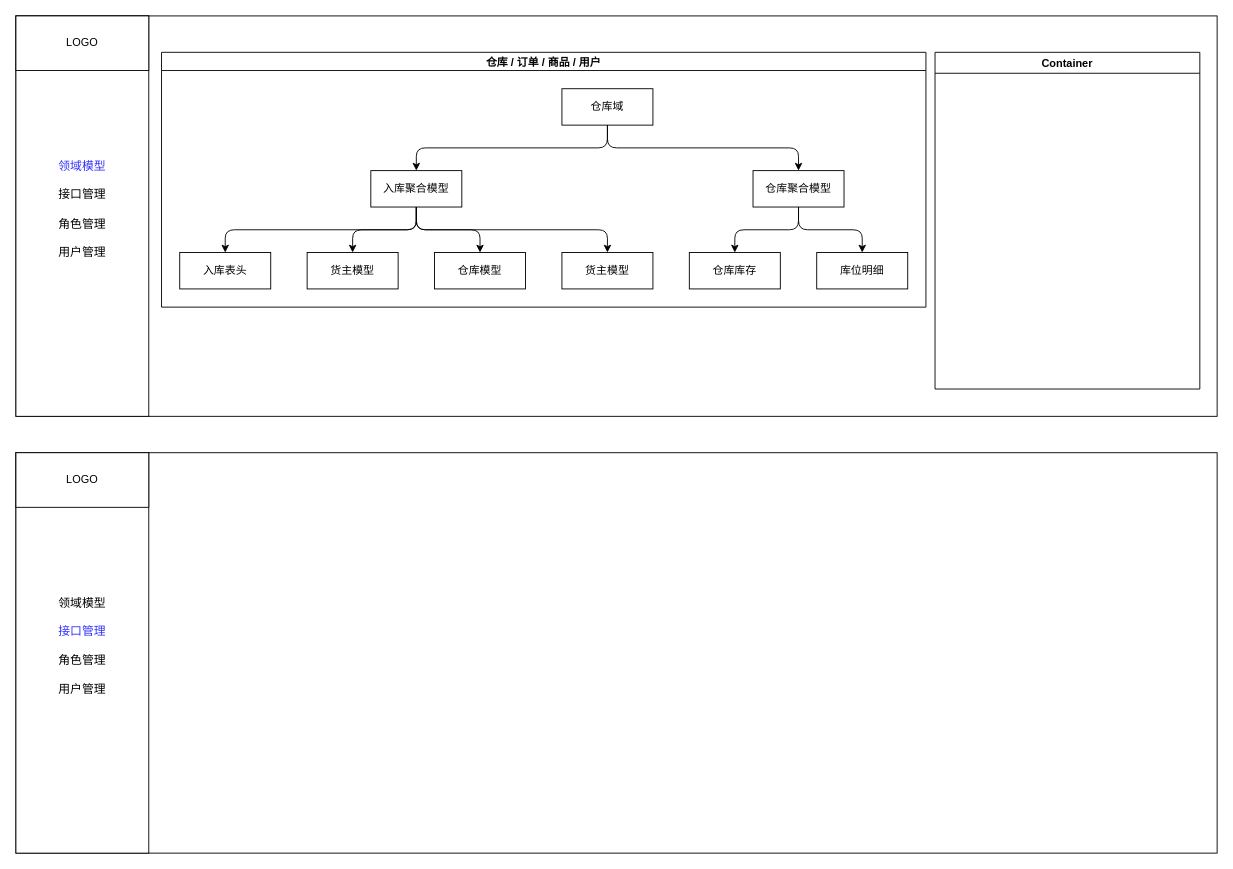
Earlier version of the draw.io diagram buildingBlocks/buildingBlocks.drawio (jianyuezhexue/diagrams). Source tidied: cells renumbered, new cells numbered last; positions are measured from the earlier drawing's top-left corner, leaving out a move shared by most shapes. Both pictures are drawn from the tidied source at 91%, with x=0, y=0 at pixel (15, 15).
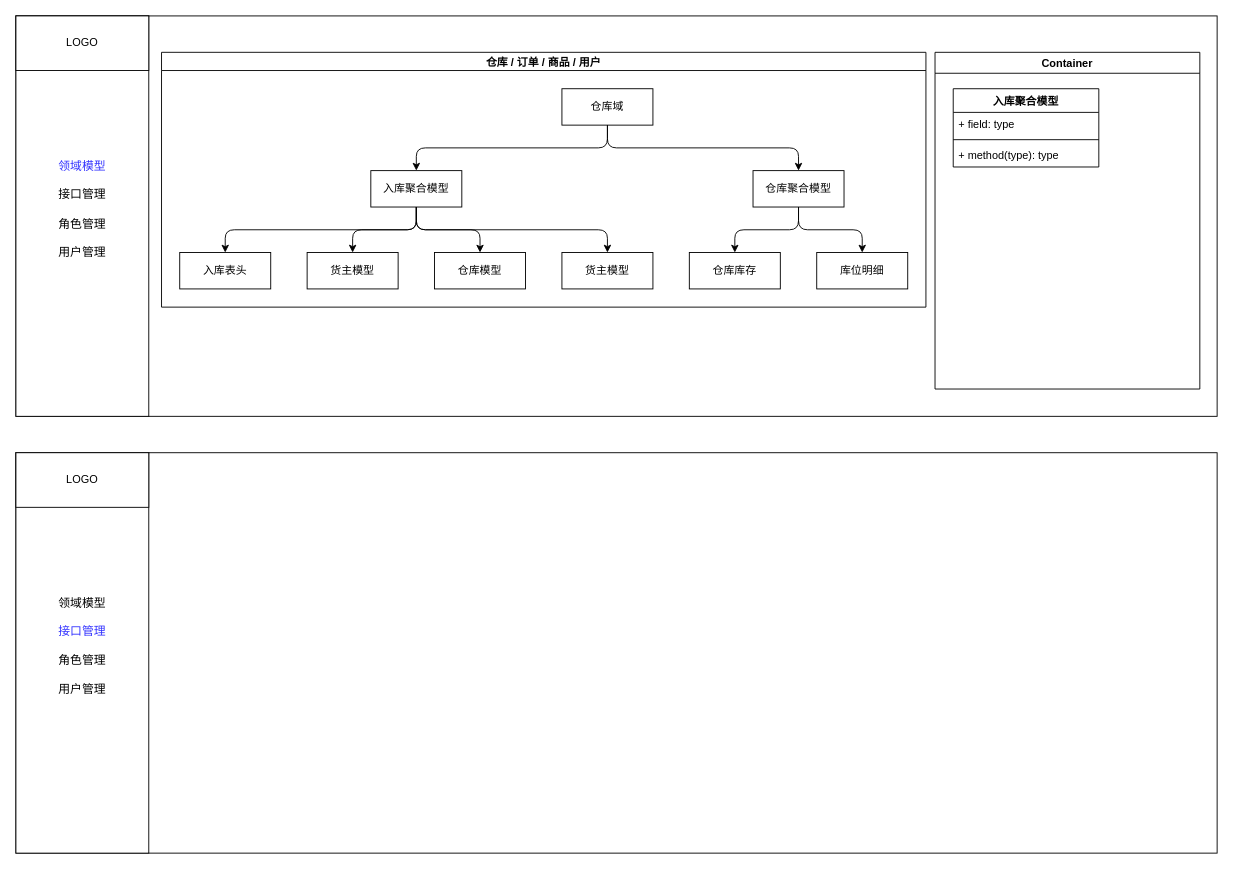
After the change.

Unchanged cells that the change refers to:
```xml
<mxCell id="26" value="Container" style="swimlane;" parent="1" vertex="1">
  <mxGeometry x="1010" y="40" width="291" height="370" as="geometry" />
</mxCell>
```

The edit, as a diff of the source:
```diff
@@
+    <mxCell id="27" value="入库聚合模型" style="swimlane;fontStyle=1;align=center;verticalAlign=top;horizontal=1;startSize=26;whiteSpace=wrap;html=1;" parent="26" vertex="1">
+      <mxGeometry x="20" y="40" width="160" height="86" as="geometry" />
+    </mxCell>
+    <mxCell id="28" value="+ field: type" style="text;strokeColor=none;fillColor=none;align=left;verticalAlign=top;spacingLeft=4;spacingRight=4;overflow=hidden;whiteSpace=wrap;html=1;" parent="27" vertex="1">
+      <mxGeometry y="26" width="160" height="26" as="geometry" />
+    </mxCell>
+    <mxCell id="29" style="line;strokeWidth=1;fillColor=none;align=left;verticalAlign=middle;spacingTop=-1;spacingLeft=3;spacingRight=3;labelPosition=right;strokeColor=inherit;" parent="27" vertex="1">
+      <mxGeometry y="52" width="160" height="8" as="geometry" />
+    </mxCell>
+    <mxCell id="30" value="+ method(type): type" style="text;strokeColor=none;fillColor=none;align=left;verticalAlign=top;spacingLeft=4;spacingRight=4;overflow=hidden;whiteSpace=wrap;html=1;" parent="27" vertex="1">
+      <mxGeometry y="60" width="160" height="26" as="geometry" />
+    </mxCell>
```
